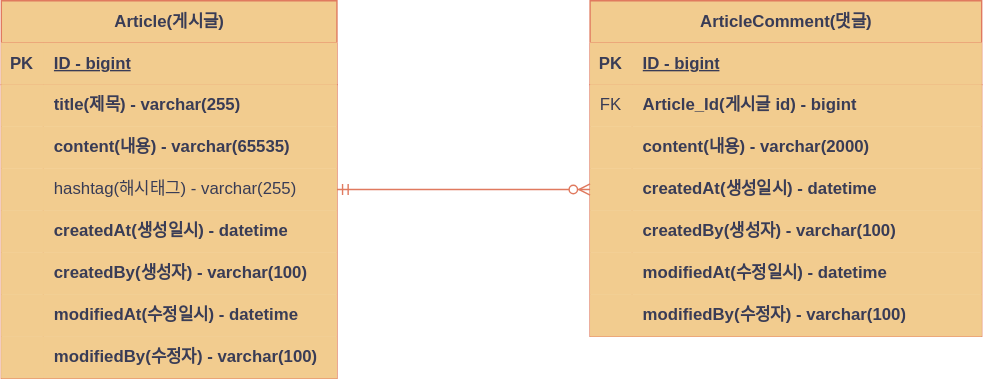
NeedIDcard/webpage_prac keeps this draw.io diagram as document/project-board-erd.svg. Above is the earlier version. Source tidied: cells renumbered, new cells last; positions are measured from the earlier drawing's top-left corner, leaving out a move shared by most shapes.
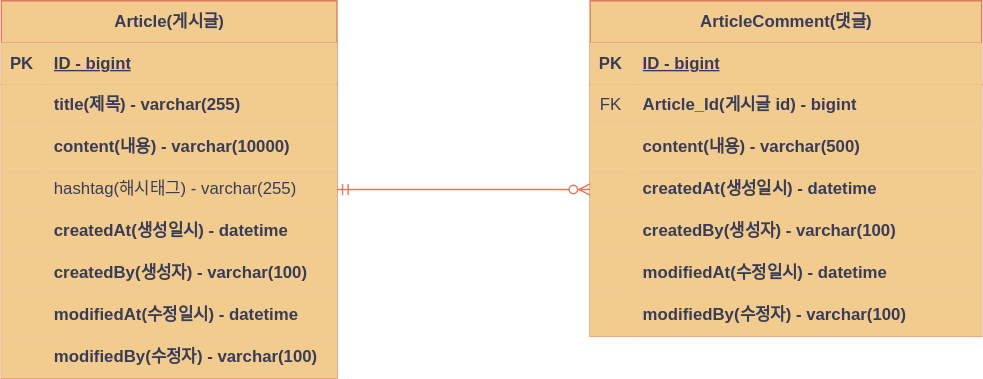
After the change.

Commit message:
#10 - erd업데이트: content 사이즈 변경

The edit, as a diff of the source:
```diff
@@ -29,7 +29,7 @@
     <mxCell id="10" style="shape=partialRectangle;fillColor=#F2CC8F;top=0;left=0;bottom=0;right=0;overflow=hidden;whiteSpace=wrap;html=1;labelBackgroundColor=none;strokeColor=#E07A5F;fontColor=#393C56;" parent="9" vertex="1">
       <mxGeometry width="30" height="30" as="geometry" />
     </mxCell>
-    <mxCell id="11" value="content(내용) - varchar(65535)" style="shape=partialRectangle;fillColor=#F2CC8F;top=0;left=0;bottom=0;right=0;align=left;spacingLeft=6;overflow=hidden;whiteSpace=wrap;html=1;fontStyle=1;labelBackgroundColor=none;strokeColor=#E07A5F;fontColor=#393C56;" parent="9" vertex="1">
+    <mxCell id="11" value="content(내용) - varchar(10000)" style="shape=partialRectangle;fillColor=#F2CC8F;top=0;left=0;bottom=0;right=0;align=left;spacingLeft=6;overflow=hidden;whiteSpace=wrap;html=1;fontStyle=1;labelBackgroundColor=none;strokeColor=#E07A5F;fontColor=#393C56;" parent="9" vertex="1">
       <mxGeometry x="30" width="210" height="30" as="geometry" />
     </mxCell>
     <mxCell id="12" style="shape=tableRow;horizontal=0;startSize=0;swimlaneHead=0;swimlaneBody=0;fillColor=#F2CC8F;points=[[0,0.5],[1,0.5]];portConstraint=eastwest;top=0;left=0;right=0;bottom=0;labelBackgroundColor=none;strokeColor=#E07A5F;fontColor=#393C56;" parent="2" vertex="1">
@@ -104,7 +104,7 @@
     <mxCell id="35" style="shape=partialRectangle;fillColor=#F2CC8F;top=0;left=0;bottom=0;right=0;overflow=hidden;whiteSpace=wrap;html=1;labelBackgroundColor=none;strokeColor=#E07A5F;fontColor=#393C56;" parent="34" vertex="1">
       <mxGeometry width="30" height="30" as="geometry" />
     </mxCell>
-    <mxCell id="36" value="content(내용) - varchar(2000)" style="shape=partialRectangle;fillColor=#F2CC8F;top=0;left=0;bottom=0;right=0;align=left;spacingLeft=6;overflow=hidden;whiteSpace=wrap;html=1;fontStyle=1;labelBackgroundColor=none;strokeColor=#E07A5F;fontColor=#393C56;" parent="34" vertex="1">
+    <mxCell id="36" value="content(내용) - varchar(500)" style="shape=partialRectangle;fillColor=#F2CC8F;top=0;left=0;bottom=0;right=0;align=left;spacingLeft=6;overflow=hidden;whiteSpace=wrap;html=1;fontStyle=1;labelBackgroundColor=none;strokeColor=#E07A5F;fontColor=#393C56;" parent="34" vertex="1">
       <mxGeometry x="30" width="250" height="30" as="geometry" />
     </mxCell>
     <mxCell id="37" style="shape=tableRow;horizontal=0;startSize=0;swimlaneHead=0;swimlaneBody=0;fillColor=#F2CC8F;points=[[0,0.5],[1,0.5]];portConstraint=eastwest;top=0;left=0;right=0;bottom=0;labelBackgroundColor=none;strokeColor=#E07A5F;fontColor=#393C56;" parent="27" vertex="1">
```
